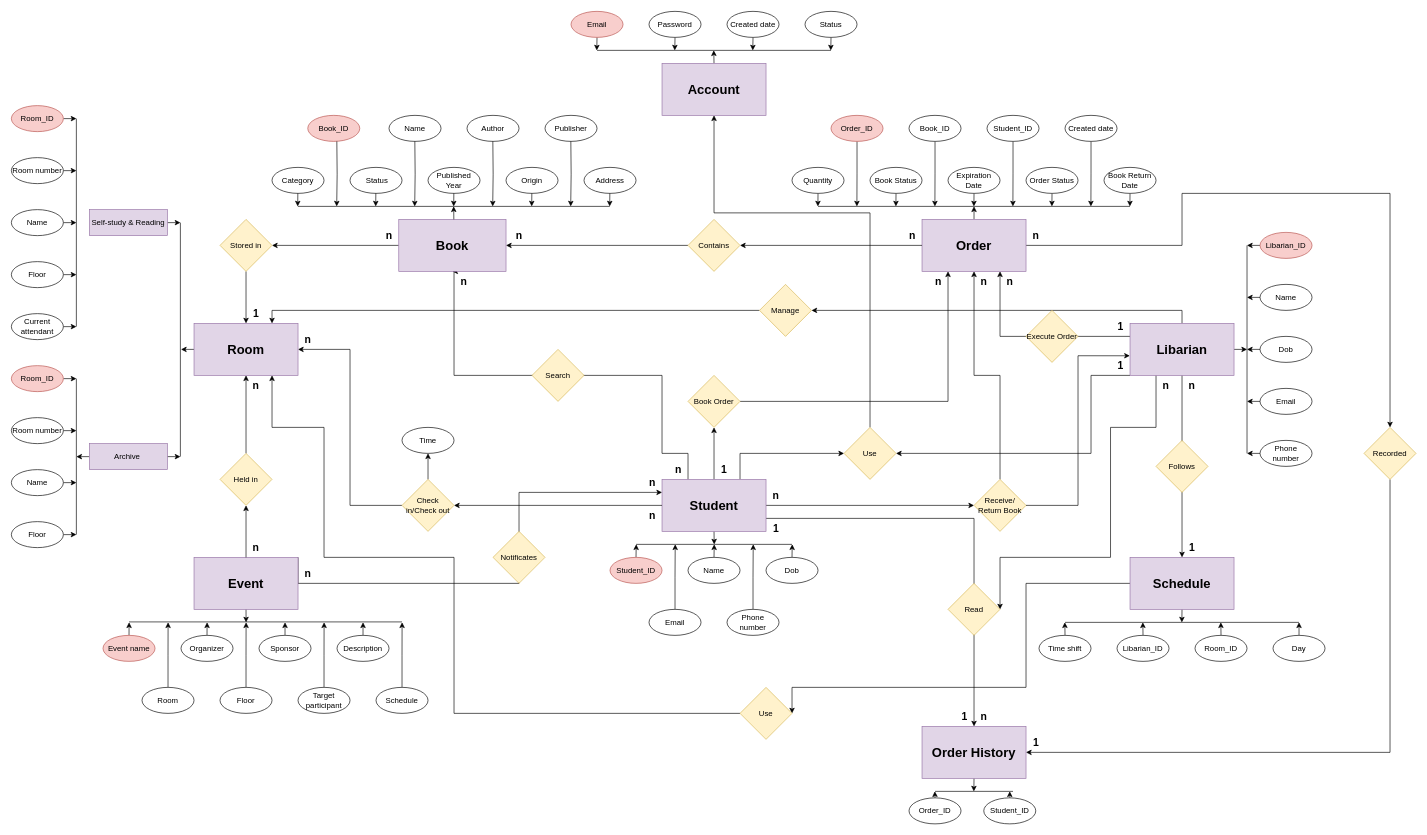
Dovanvu09/LibraryManagement keeps this draw.io diagram as erd.drawio. Above is the earlier version. Source tidied: cells renumbered, new cells numbered last; positions are measured from the earlier drawing's top-left corner, leaving out a move shared by most shapes. Both pictures are drawn from the tidied source at 65%, with x=0, y=0 at pixel (11, 11).
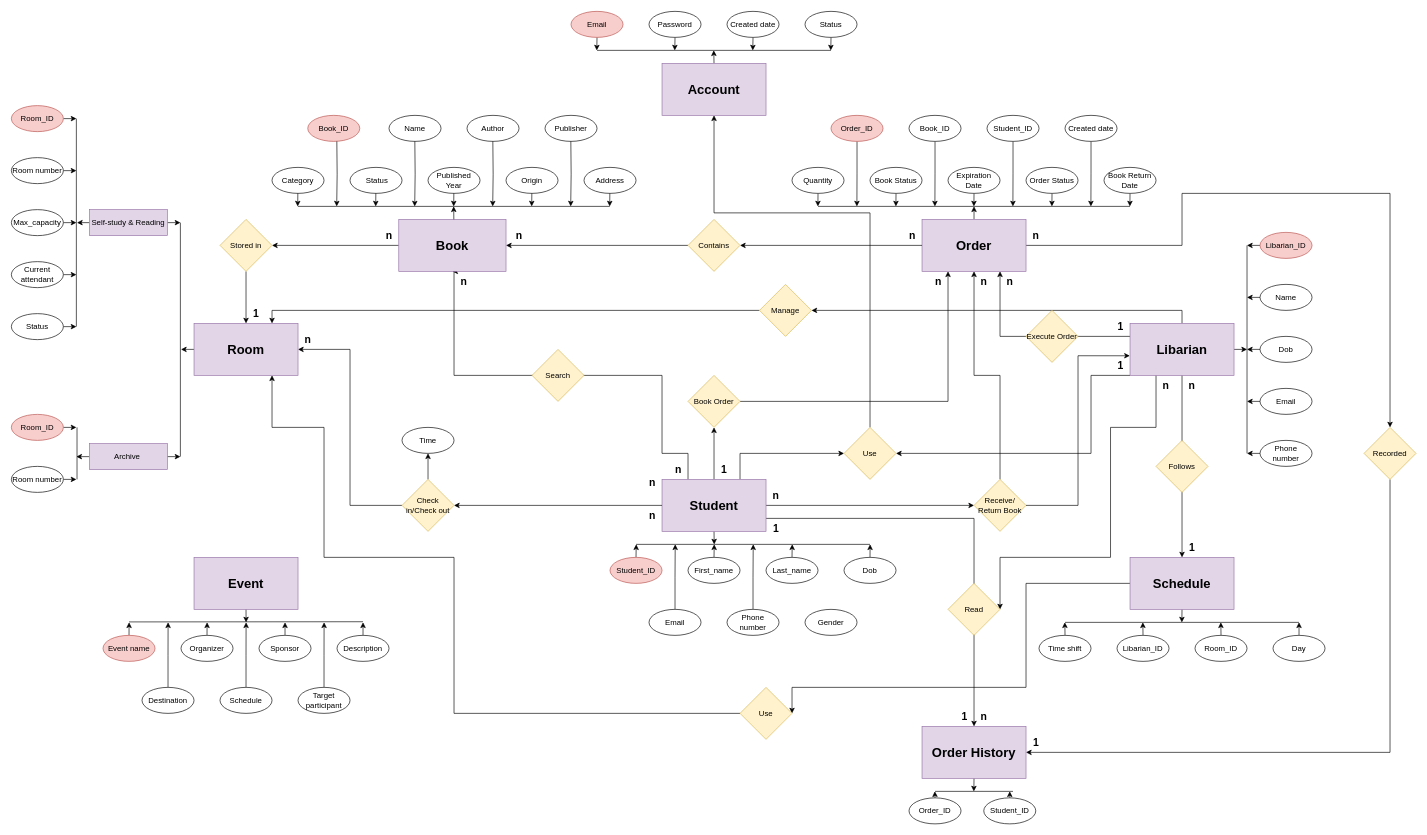
The same page after the edit.

Commit message:
Cập nhật erd.drawio

The change refers to these unchanged cells:
```xml
<mxCell id="20" value="&lt;b&gt;&lt;font style=&quot;font-size: 20px;&quot;&gt;Room&lt;/font&gt;&lt;/b&gt;" style="rounded=0;whiteSpace=wrap;html=1;fillColor=#e1d5e7;strokeColor=#9673a6;" parent="1" vertex="1">
  <mxGeometry x="281" y="480" width="160" height="80" as="geometry" />
</mxCell>
<mxCell id="69" value="&lt;b&gt;&lt;font style=&quot;font-size: 20px;&quot;&gt;Event&lt;/font&gt;&lt;/b&gt;" style="rounded=0;whiteSpace=wrap;html=1;fillColor=#e1d5e7;strokeColor=#9673a6;" parent="1" vertex="1">
  <mxGeometry x="281" y="840" width="160" height="80" as="geometry" />
</mxCell>
<mxCell id="179" value="Self-study &amp;amp; Reading" style="rounded=0;whiteSpace=wrap;html=1;fillColor=#e1d5e7;strokeColor=#9673a6;" parent="1" vertex="1">
  <mxGeometry x="120" y="305" width="120" height="40" as="geometry" />
</mxCell>
```

Change to the diagram source:
```diff
@@
-    <mxCell id="24" value="Name" style="ellipse;whiteSpace=wrap;html=1;" parent="1" vertex="1">
+    <mxCell id="24" value="First_name" style="ellipse;whiteSpace=wrap;html=1;" parent="1" vertex="1">
       <mxGeometry x="1041" y="840" width="80" height="40" as="geometry" />
     </mxCell>
@@
-    <mxCell id="32" value="Dob" style="ellipse;whiteSpace=wrap;html=1;" parent="1" vertex="1">
+    <mxCell id="32" value="Last_name" style="ellipse;whiteSpace=wrap;html=1;" parent="1" vertex="1">
       <mxGeometry x="1161" y="840" width="80" height="40" as="geometry" />
     </mxCell>
@@
     <mxCell id="43" style="edgeStyle=orthogonalEdgeStyle;rounded=0;jettySize=auto;html=1;exitX=1;exitY=0.5;exitDx=0;exitDy=0;" parent="1" edge="1" source="44">
       <mxGeometry relative="1" as="geometry">
-        <mxPoint x="100" y="405" as="targetPoint" />
+        <mxPoint x="100" y="485" as="targetPoint" />
       </mxGeometry>
     </mxCell>
-    <mxCell id="44" value="Floor" style="ellipse;whiteSpace=wrap;html=1;" parent="1" vertex="1">
-      <mxGeometry y="385" width="80" height="40" as="geometry" />
+    <mxCell id="44" value="Status" style="ellipse;whiteSpace=wrap;html=1;" parent="1" vertex="1">
+      <mxGeometry y="465" width="80" height="40" as="geometry" />
     </mxCell>
@@
-    <mxCell id="46" value="Name" style="ellipse;whiteSpace=wrap;html=1;" parent="1" vertex="1">
+    <mxCell id="46" value="Max_capacity" style="ellipse;whiteSpace=wrap;html=1;" parent="1" vertex="1">
       <mxGeometry y="305" width="80" height="40" as="geometry" />
     </mxCell>
@@
-    <mxCell id="66" style="edgeStyle=orthogonalEdgeStyle;rounded=0;jettySize=auto;html=1;exitX=0.5;exitY=0;exitDx=0;exitDy=0;entryX=0.5;entryY=1;entryDx=0;entryDy=0;" parent="1" edge="1" source="110" target="20">
-      <mxGeometry relative="1" as="geometry" />
-    </mxCell>
-    <mxCell id="67" style="edgeStyle=orthogonalEdgeStyle;rounded=0;orthogonalLoop=1;jettySize=auto;html=1;exitX=1;exitY=0.5;exitDx=0;exitDy=0;entryX=0;entryY=0.75;entryDx=0;entryDy=0;" parent="1" edge="1">
-      <mxGeometry relative="1" as="geometry">
-        <mxPoint x="441" y="840" as="sourcePoint" />
-        <mxPoint x="1001" y="740" as="targetPoint" />
-        <Array as="points">
-          <mxPoint x="781" y="880" />
-          <mxPoint x="781" y="740" />
-        </Array>
-      </mxGeometry>
-    </mxCell>
@@
-    <mxCell id="72" style="edgeStyle=orthogonalEdgeStyle;rounded=0;jettySize=auto;html=1;exitX=0.5;exitY=0;exitDx=0;exitDy=0;" parent="1" edge="1" source="73">
-      <mxGeometry relative="1" as="geometry">
-        <mxPoint x="241.1" y="940" as="targetPoint" />
-      </mxGeometry>
-    </mxCell>
-    <mxCell id="73" value="Room" style="ellipse;whiteSpace=wrap;html=1;" parent="1" vertex="1">
-      <mxGeometry x="201" y="1040" width="80" height="40" as="geometry" />
-    </mxCell>
@@
     <mxCell id="78" style="edgeStyle=orthogonalEdgeStyle;rounded=0;jettySize=auto;html=1;exitX=0.5;exitY=0;exitDx=0;exitDy=0;" parent="1" edge="1" source="79">
       <mxGeometry relative="1" as="geometry">
-        <mxPoint x="601.1" y="940" as="targetPoint" />
+        <mxPoint x="361.1" y="940" as="targetPoint" />
       </mxGeometry>
     </mxCell>
     <mxCell id="79" value="Schedule" style="ellipse;whiteSpace=wrap;html=1;" parent="1" vertex="1">
-      <mxGeometry x="561" y="1040" width="80" height="40" as="geometry" />
+      <mxGeometry x="321" y="1040" width="80" height="40" as="geometry" />
     </mxCell>
     <mxCell id="80" style="edgeStyle=orthogonalEdgeStyle;rounded=0;jettySize=auto;html=1;exitX=0.5;exitY=0;exitDx=0;exitDy=0;" parent="1" edge="1" source="81">
       <mxGeometry relative="1" as="geometry">
-        <mxPoint x="361.1" y="940" as="targetPoint" />
+        <mxPoint x="241.1" y="940" as="targetPoint" />
       </mxGeometry>
     </mxCell>
-    <mxCell id="81" value="Floor" style="ellipse;whiteSpace=wrap;html=1;" parent="1" vertex="1">
-      <mxGeometry x="321" y="1040" width="80" height="40" as="geometry" />
+    <mxCell id="81" value="Destination" style="ellipse;whiteSpace=wrap;html=1;" parent="1" vertex="1">
+      <mxGeometry x="201" y="1040" width="80" height="40" as="geometry" />
     </mxCell>
@@
-    <mxCell id="109" style="edgeStyle=orthogonalEdgeStyle;rounded=0;jettySize=auto;html=1;exitX=0.5;exitY=0;exitDx=0;exitDy=0;entryX=0.5;entryY=1;entryDx=0;entryDy=0;" parent="1" edge="1" source="69" target="110">
-      <mxGeometry relative="1" as="geometry" />
-    </mxCell>
-    <mxCell id="110" value="Held in" style="rhombus;whiteSpace=wrap;html=1;fillColor=#fff2cc;strokeColor=#d6b656;" parent="1" vertex="1">
-      <mxGeometry x="321" y="680" width="80" height="80" as="geometry" />
-    </mxCell>
@@
-    <mxCell id="123" value="Notificates" style="rhombus;whiteSpace=wrap;html=1;fillColor=#fff2cc;strokeColor=#d6b656;" parent="1" vertex="1">
-      <mxGeometry x="741" y="800" width="80" height="80" as="geometry" />
-    </mxCell>
@@
     <mxCell id="137" style="endArrow=none;html=1;rounded=0;" parent="1" edge="1">
       <mxGeometry relative="1" as="geometry">
         <mxPoint x="961" y="820" as="sourcePoint" />
-        <mxPoint x="1201" y="820" as="targetPoint" />
+        <mxPoint x="1321" y="820" as="targetPoint" />
       </mxGeometry>
     </mxCell>
@@
     <mxCell id="141" style="endArrow=none;html=1;rounded=0;" parent="1" edge="1">
       <mxGeometry relative="1" as="geometry">
         <mxPoint x="181" y="939.3" as="sourcePoint" />
-        <mxPoint x="601" y="939.3" as="targetPoint" />
+        <mxPoint x="541" y="939" as="targetPoint" />
       </mxGeometry>
     </mxCell>
@@
-    <mxCell id="151" value="&lt;b&gt;&lt;font style=&quot;font-size: 16px;&quot;&gt;n&lt;/font&gt;&lt;/b&gt;" style="text;html=1;align=center;verticalAlign=middle;strokeColor=none;fillColor=none;" parent="1" vertex="1">
-      <mxGeometry x="441" y="850" width="30" height="30" as="geometry" />
-    </mxCell>
@@
-    <mxCell id="155" value="&lt;b&gt;&lt;font style=&quot;font-size: 16px;&quot;&gt;n&lt;/font&gt;&lt;/b&gt;" style="text;html=1;align=center;verticalAlign=middle;strokeColor=none;fillColor=none;" parent="1" vertex="1">
-      <mxGeometry x="361" y="560" width="30" height="30" as="geometry" />
-    </mxCell>
-    <mxCell id="156" value="&lt;b&gt;&lt;font style=&quot;font-size: 16px;&quot;&gt;n&lt;/font&gt;&lt;/b&gt;" style="text;html=1;align=center;verticalAlign=middle;strokeColor=none;fillColor=none;" parent="1" vertex="1">
-      <mxGeometry x="361" y="810" width="30" height="30" as="geometry" />
-    </mxCell>
@@
+    <mxCell id="218" style="edgeStyle=orthogonalEdgeStyle;rounded=0;jettySize=auto;html=1;exitX=0;exitY=0.5;exitDx=0;exitDy=0;" parent="1" edge="1" source="179">
+      <mxGeometry relative="1" as="geometry">
+        <mxPoint x="101" y="325.3" as="targetPoint" />
+      </mxGeometry>
+    </mxCell>
@@
     <mxCell id="180" style="edgeStyle=orthogonalEdgeStyle;rounded=0;jettySize=auto;html=1;exitX=1;exitY=0.5;exitDx=0;exitDy=0;" parent="1" edge="1" source="181">
       <mxGeometry relative="1" as="geometry">
-        <mxPoint x="100" y="565" as="targetPoint" />
+        <mxPoint x="100" y="640" as="targetPoint" />
       </mxGeometry>
     </mxCell>
     <mxCell id="181" value="Room_ID" style="ellipse;whiteSpace=wrap;html=1;fillColor=#f8cecc;strokeColor=#b85450;" parent="1" vertex="1">
-      <mxGeometry y="545" width="80" height="40" as="geometry" />
+      <mxGeometry y="620" width="80" height="40" as="geometry" />
     </mxCell>
-    <mxCell id="182" style="edgeStyle=orthogonalEdgeStyle;rounded=0;jettySize=auto;html=1;exitX=1;exitY=0.5;exitDx=0;exitDy=0;" parent="1" edge="1" source="183">
-      <mxGeometry relative="1" as="geometry">
-        <mxPoint x="100" y="805" as="targetPoint" />
-      </mxGeometry>
-    </mxCell>
-    <mxCell id="183" value="Floor" style="ellipse;whiteSpace=wrap;html=1;" parent="1" vertex="1">
-      <mxGeometry y="785" width="80" height="40" as="geometry" />
-    </mxCell>
-    <mxCell id="184" style="edgeStyle=orthogonalEdgeStyle;rounded=0;jettySize=auto;html=1;exitX=1;exitY=0.5;exitDx=0;exitDy=0;" parent="1" edge="1" source="185">
-      <mxGeometry relative="1" as="geometry">
-        <mxPoint x="100" y="725" as="targetPoint" />
-      </mxGeometry>
-    </mxCell>
-    <mxCell id="185" value="Name" style="ellipse;whiteSpace=wrap;html=1;" parent="1" vertex="1">
-      <mxGeometry y="705" width="80" height="40" as="geometry" />
-    </mxCell>
     <mxCell id="186" style="edgeStyle=orthogonalEdgeStyle;rounded=0;jettySize=auto;html=1;exitX=1;exitY=0.5;exitDx=0;exitDy=0;" parent="1" edge="1" source="187">
       <mxGeometry relative="1" as="geometry">
-        <mxPoint x="100" y="645" as="targetPoint" />
+        <mxPoint x="100" y="720" as="targetPoint" />
       </mxGeometry>
     </mxCell>
     <mxCell id="187" value="Room number" style="ellipse;whiteSpace=wrap;html=1;" parent="1" vertex="1">
-      <mxGeometry y="625" width="80" height="40" as="geometry" />
+      <mxGeometry y="700" width="80" height="40" as="geometry" />
     </mxCell>
-    <mxCell id="188" style="endArrow=none;html=1;rounded=0;" parent="1" edge="1">
-      <mxGeometry relative="1" as="geometry">
-        <mxPoint x="100" y="805" as="sourcePoint" />
-        <mxPoint x="100" y="565" as="targetPoint" />
-      </mxGeometry>
-    </mxCell>
     <mxCell id="189" style="edgeStyle=orthogonalEdgeStyle;rounded=0;jettySize=auto;html=1;exitX=1;exitY=0.5;exitDx=0;exitDy=0;" parent="1" edge="1" source="190">
       <mxGeometry relative="1" as="geometry">
-        <mxPoint x="100" y="485" as="targetPoint" />
+        <mxPoint x="100" y="405" as="targetPoint" />
       </mxGeometry>
     </mxCell>
     <mxCell id="190" value="Current attendant" style="ellipse;whiteSpace=wrap;html=1;" parent="1" vertex="1">
-      <mxGeometry y="465" width="80" height="40" as="geometry" />
+      <mxGeometry y="385" width="80" height="40" as="geometry" />
     </mxCell>
@@
+    <mxCell id="219" style="endArrow=none;html=1;rounded=0;" parent="1" edge="1">
+      <mxGeometry relative="1" as="geometry">
+        <mxPoint x="101" y="720" as="sourcePoint" />
+        <mxPoint x="101" y="640" as="targetPoint" />
+      </mxGeometry>
+    </mxCell>
+    <mxCell id="220" style="edgeStyle=orthogonalEdgeStyle;rounded=0;jettySize=auto;html=1;exitX=0.5;exitY=0;exitDx=0;exitDy=0;" parent="1" edge="1" source="221">
+      <mxGeometry relative="1" as="geometry">
+        <mxPoint x="1321.1" y="820" as="targetPoint" />
+      </mxGeometry>
+    </mxCell>
+    <mxCell id="221" value="Dob" style="ellipse;whiteSpace=wrap;html=1;" parent="1" vertex="1">
+      <mxGeometry x="1281" y="840" width="80" height="40" as="geometry" />
+    </mxCell>
+    <mxCell id="222" value="Gender" style="ellipse;whiteSpace=wrap;html=1;" parent="1" vertex="1">
+      <mxGeometry x="1221" y="920" width="80" height="40" as="geometry" />
+    </mxCell>
```
